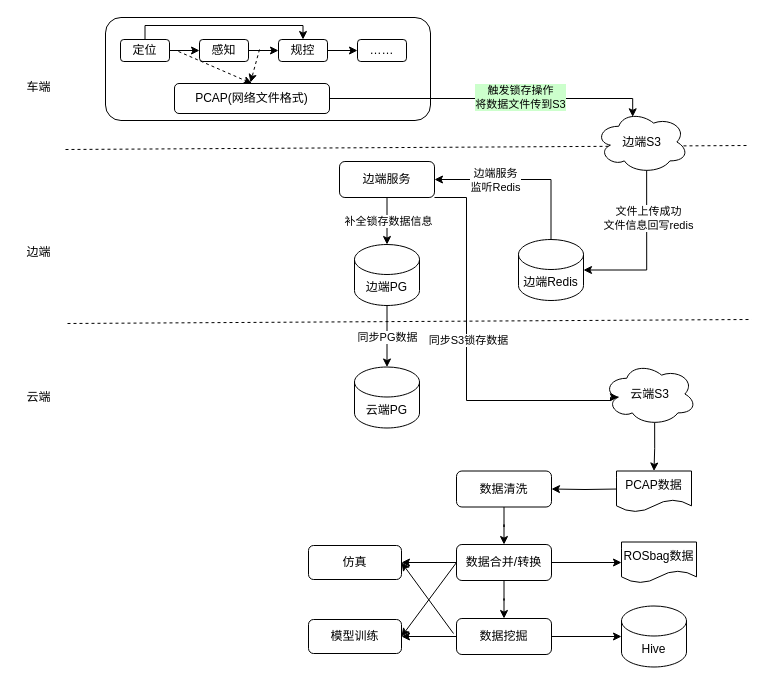
The draw.io diagram framework/eq-datacloseloop.drawio in Morty123456/DrawIo, before the edit. Source tidied: cells renumbered, new cells numbered last; positions are measured from the earlier drawing's top-left corner, leaving out a move shared by most shapes. Both pictures are drawn from the tidied source at 100%, with x=0, y=0 at pixel (17, 17).
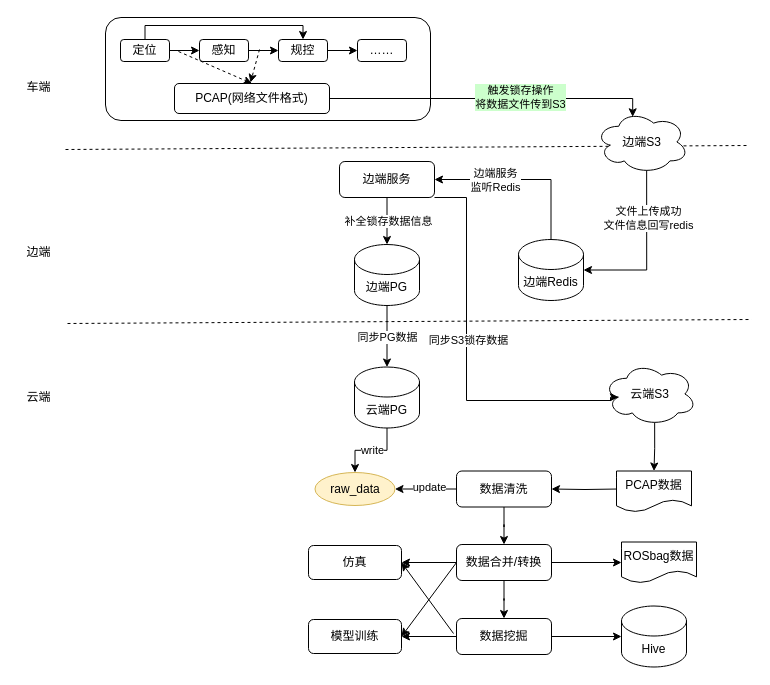
The same page after the edit.

Commit message:
raw_data更新时间

The change refers to these unchanged cells:
```xml
<mxCell id="33" value="云端PG" style="shape=cylinder3;whiteSpace=wrap;html=1;boundedLbl=1;backgroundOutline=1;size=15;" parent="1" vertex="1">
  <mxGeometry x="337" y="349.5" width="65" height="61" as="geometry" />
</mxCell>
<mxCell id="40" value="数据清洗" style="rounded=1;whiteSpace=wrap;html=1;" parent="1" vertex="1">
  <mxGeometry x="439" y="453.5" width="95" height="36" as="geometry" />
</mxCell>
```

Diff of the diagram source:
```diff
@@
+    <mxCell id="55" style="edgeStyle=orthogonalEdgeStyle;rounded=0;jettySize=auto;html=1;" parent="1" edge="1" source="33" target="59">
+      <mxGeometry relative="1" as="geometry" />
+    </mxCell>
+    <mxCell id="56" value="write" style="edgeLabel;html=1;align=center;verticalAlign=middle;" parent="55" vertex="1">
+      <mxGeometry x="-0.02" relative="1" as="geometry" />
+    </mxCell>
@@
+    <mxCell id="57" style="edgeStyle=orthogonalEdgeStyle;rounded=0;jettySize=auto;html=1;exitX=0;exitY=0.5;exitDx=0;exitDy=0;entryX=1;entryY=0.5;entryDx=0;entryDy=0;" parent="1" edge="1" source="40" target="59">
+      <mxGeometry relative="1" as="geometry" />
+    </mxCell>
+    <mxCell id="58" value="update" style="edgeLabel;html=1;align=center;verticalAlign=middle;" parent="57" vertex="1">
+      <mxGeometry x="-0.1" y="-2" relative="1" as="geometry" />
+    </mxCell>
@@
+    <mxCell id="59" value="raw_data" style="ellipse;whiteSpace=wrap;html=1;fillColor=#fff2cc;strokeColor=#d6b656;" parent="1" vertex="1">
+      <mxGeometry x="297.5" y="455" width="80" height="33" as="geometry" />
+    </mxCell>
```
